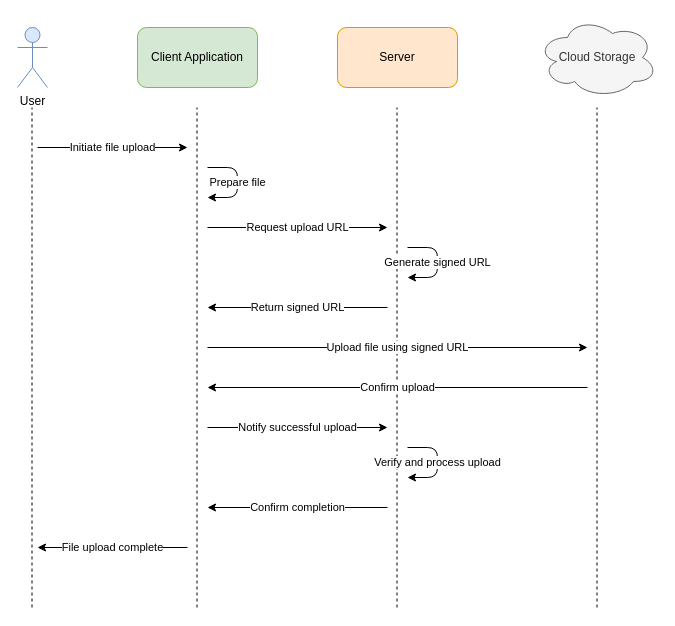
Earlier version of the draw.io diagram GenAI Workbench/Sequence Diagrams/Process_Cloud_Upload.drawio (jonassiebler/drawio). Source tidied: cells renumbered, new cells numbered last; positions are measured from the earlier drawing's top-left corner, leaving out a move shared by most shapes. Both pictures are drawn from the tidied source at 100%, with x=0, y=0 at pixel (17, 17).
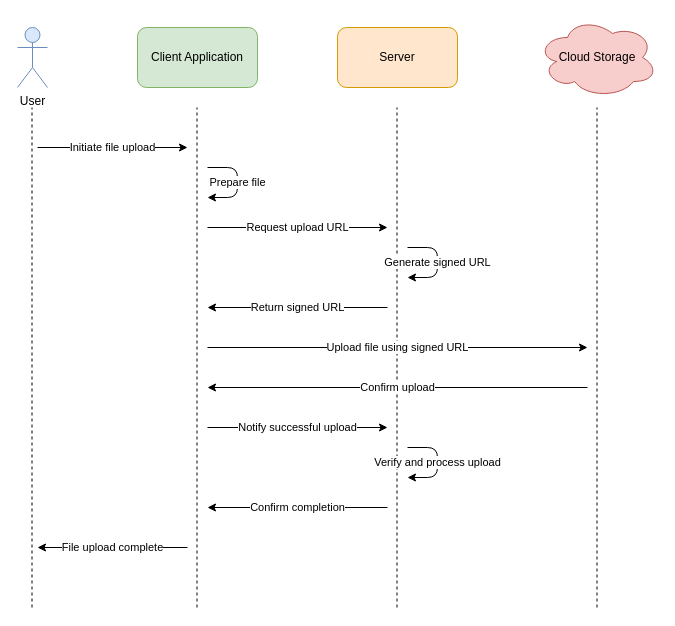
The same diagram, later.

The edit, as a diff of the source:
```diff
@@
-    <mxCell id="5" value="Cloud Storage" style="ellipse;shape=cloud;whiteSpace=wrap;html=1;fillColor=#f5f5f5;strokeColor=#666666;rounded=1;fontColor=#333333;" parent="1" vertex="1">
+    <mxCell id="5" value="Cloud Storage" style="ellipse;shape=cloud;whiteSpace=wrap;html=1;fillColor=#f8cecc;strokeColor=#b85450;rounded=1;" parent="1" vertex="1">
       <mxGeometry x="520" width="120" height="80" as="geometry" />
     </mxCell>
```
